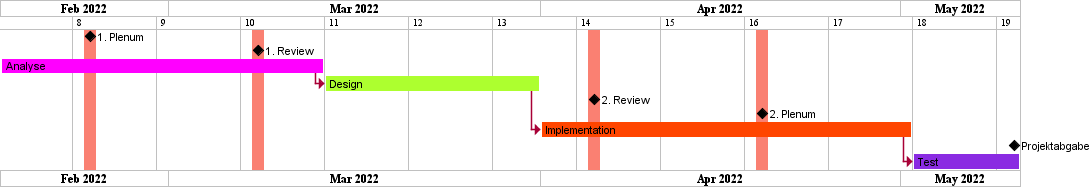
sirtheta/ImmoGlobal_Semesterarbeit keeps this PlantUML diagram as docs/content/diagrams/out/planning/planning.png. Above is the earlier version.
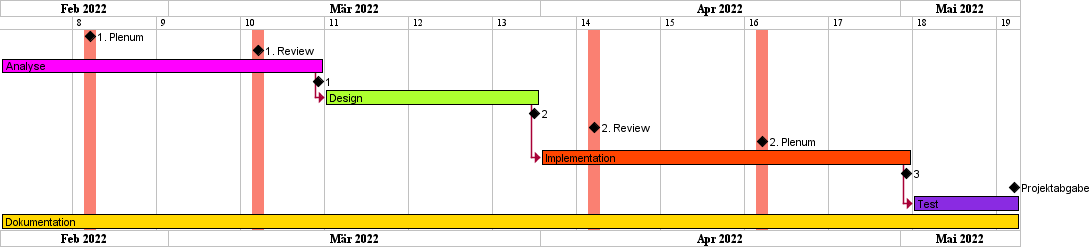
The same file after the commit.

Diff of the diagram source:
```diff
@@ -1,25 +1,33 @@
 @startuml Planning
 printscale weekly zoom 3
+language de
 
 Project starts 2022-02-15
 [1. Plenum] happens at 2022-02-22
 [1. Review] happens at 2022-03-08
 [Analyse] starts 2022-02-15
 [Analyse] ends 2022-03-13
+[1] happens at 2022-03-13
 [Design] starts at [Analyse]'s end
 [Design] ends 2022-03-31
+[2] happens at 2022-03-31
 [2. Review] happens at 2022-04-05
 [2. Plenum] happens at 2022-04-19
 [Implementation] starts at [Design]'s end
 [Implementation] ends 2022-05-01
+[3] happens at 2022-05-01
 [Projektabgabe] happens at 2022-05-10
 [Test] starts at [Implementation]'s end
 [Test] ends 2022-05-10
+[Dokumentation] starts 2022-02-15
+[Dokumentation] ends 2022-05-10
 
-[Analyse] is colored in Fuchsia
-[Design] is colored in GreenYellow
-[Implementation] is colored in OrangeRed
-[Test] is colored in BlueViolet
+
+[Analyse] is colored in Fuchsia/Black
+[Design] is colored in GreenYellow/Black
+[Implementation] is colored in OrangeRed/Black
+[Test] is colored in BlueViolet/Black
+[Dokumentation] is colored in Gold/Black
 
 2022-02-22 is colored in Salmon
 2022-03-08 is colored in Salmon
```
